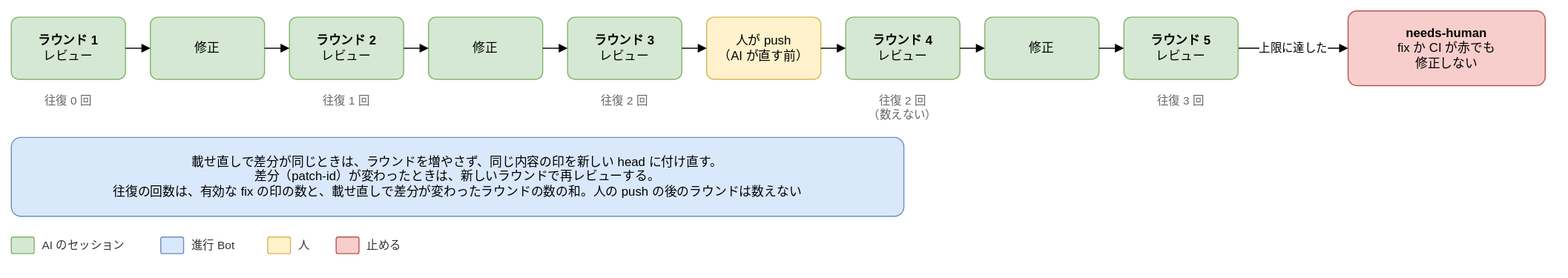
Above: docs/design/basic/diagrams/02-rounds.drawio.svg in Joymerrevent/dev-autopilot (draw.io), before the change. Source tidied: cells renumbered, new cells last; positions are measured from the earlier drawing's top-left corner, leaving out a move shared by most shapes.
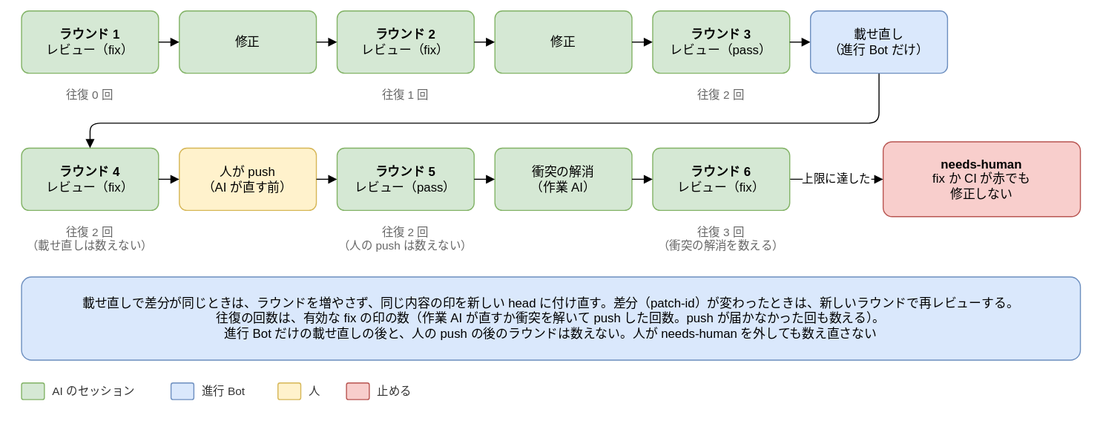
After the change.

The edit, as a diff of the source:
```diff
@@ -2,104 +2,124 @@
   <root>
     <mxCell id="0" />
     <mxCell id="1" parent="0" />
-    <mxCell id="2" value="&lt;b&gt;ラウンド 1&lt;/b&gt;&lt;br&gt;レビュー" style="rounded=1;whiteSpace=wrap;html=1;fontSize=12;arcSize=12;spacing=12;fillColor=#d5e8d4;strokeColor=#82b366;" parent="1" vertex="1">
-      <mxGeometry y="6" width="110" height="60" as="geometry" />
+    <mxCell id="2" value="&lt;b&gt;ラウンド 1&lt;/b&gt;&lt;br&gt;レビュー（fix）" style="rounded=1;whiteSpace=wrap;html=1;fontSize=12;arcSize=12;spacing=12;fillColor=#d5e8d4;strokeColor=#82b366;" parent="1" vertex="1">
+      <mxGeometry y="6" width="132" height="60" as="geometry" />
     </mxCell>
     <mxCell id="3" value="往復 0 回" style="text;html=1;whiteSpace=wrap;align=left;verticalAlign=top;fontSize=11;fontColor=#666666;align=center;" parent="1" vertex="1">
-      <mxGeometry y="74" width="110" height="20" as="geometry" />
+      <mxGeometry x="-10" y="74" width="152" height="20" as="geometry" />
     </mxCell>
     <mxCell id="4" value="修正" style="rounded=1;whiteSpace=wrap;html=1;fontSize=12;arcSize=12;spacing=12;fillColor=#d5e8d4;strokeColor=#82b366;" parent="1" vertex="1">
-      <mxGeometry x="134" y="6" width="110" height="60" as="geometry" />
+      <mxGeometry x="152" y="6" width="132" height="60" as="geometry" />
     </mxCell>
     <mxCell id="5" style="edgeStyle=orthogonalEdgeStyle;rounded=1;html=1;endArrow=block;endFill=1;fontSize=11;labelBackgroundColor=#ffffff;exitX=1;exitY=0.5;exitDx=0;exitDy=0;entryX=0;entryY=0.5;entryDx=0;entryDy=0;" parent="1" edge="1" source="2" target="4">
       <mxGeometry relative="1" as="geometry" />
     </mxCell>
-    <mxCell id="6" value="&lt;b&gt;ラウンド 2&lt;/b&gt;&lt;br&gt;レビュー" style="rounded=1;whiteSpace=wrap;html=1;fontSize=12;arcSize=12;spacing=12;fillColor=#d5e8d4;strokeColor=#82b366;" parent="1" vertex="1">
-      <mxGeometry x="268" y="6" width="110" height="60" as="geometry" />
+    <mxCell id="6" value="&lt;b&gt;ラウンド 2&lt;/b&gt;&lt;br&gt;レビュー（fix）" style="rounded=1;whiteSpace=wrap;html=1;fontSize=12;arcSize=12;spacing=12;fillColor=#d5e8d4;strokeColor=#82b366;" parent="1" vertex="1">
+      <mxGeometry x="304" y="6" width="132" height="60" as="geometry" />
     </mxCell>
     <mxCell id="7" style="edgeStyle=orthogonalEdgeStyle;rounded=1;html=1;endArrow=block;endFill=1;fontSize=11;labelBackgroundColor=#ffffff;exitX=1;exitY=0.5;exitDx=0;exitDy=0;entryX=0;entryY=0.5;entryDx=0;entryDy=0;" parent="1" edge="1" source="4" target="6">
       <mxGeometry relative="1" as="geometry" />
     </mxCell>
     <mxCell id="8" value="往復 1 回" style="text;html=1;whiteSpace=wrap;align=left;verticalAlign=top;fontSize=11;fontColor=#666666;align=center;" parent="1" vertex="1">
-      <mxGeometry x="268" y="74" width="110" height="20" as="geometry" />
+      <mxGeometry x="294" y="74" width="152" height="20" as="geometry" />
     </mxCell>
     <mxCell id="9" value="修正" style="rounded=1;whiteSpace=wrap;html=1;fontSize=12;arcSize=12;spacing=12;fillColor=#d5e8d4;strokeColor=#82b366;" parent="1" vertex="1">
-      <mxGeometry x="402" y="6" width="110" height="60" as="geometry" />
+      <mxGeometry x="456" y="6" width="132" height="60" as="geometry" />
     </mxCell>
     <mxCell id="10" style="edgeStyle=orthogonalEdgeStyle;rounded=1;html=1;endArrow=block;endFill=1;fontSize=11;labelBackgroundColor=#ffffff;exitX=1;exitY=0.5;exitDx=0;exitDy=0;entryX=0;entryY=0.5;entryDx=0;entryDy=0;" parent="1" edge="1" source="6" target="9">
       <mxGeometry relative="1" as="geometry" />
     </mxCell>
-    <mxCell id="11" value="&lt;b&gt;ラウンド 3&lt;/b&gt;&lt;br&gt;レビュー" style="rounded=1;whiteSpace=wrap;html=1;fontSize=12;arcSize=12;spacing=12;fillColor=#d5e8d4;strokeColor=#82b366;" parent="1" vertex="1">
-      <mxGeometry x="536" y="6" width="110" height="60" as="geometry" />
+    <mxCell id="11" value="&lt;b&gt;ラウンド 3&lt;/b&gt;&lt;br&gt;レビュー（pass）" style="rounded=1;whiteSpace=wrap;html=1;fontSize=12;arcSize=12;spacing=12;fillColor=#d5e8d4;strokeColor=#82b366;" parent="1" vertex="1">
+      <mxGeometry x="608" y="6" width="132" height="60" as="geometry" />
     </mxCell>
     <mxCell id="12" style="edgeStyle=orthogonalEdgeStyle;rounded=1;html=1;endArrow=block;endFill=1;fontSize=11;labelBackgroundColor=#ffffff;exitX=1;exitY=0.5;exitDx=0;exitDy=0;entryX=0;entryY=0.5;entryDx=0;entryDy=0;" parent="1" edge="1" source="9" target="11">
       <mxGeometry relative="1" as="geometry" />
     </mxCell>
     <mxCell id="13" value="往復 2 回" style="text;html=1;whiteSpace=wrap;align=left;verticalAlign=top;fontSize=11;fontColor=#666666;align=center;" parent="1" vertex="1">
-      <mxGeometry x="536" y="74" width="110" height="20" as="geometry" />
+      <mxGeometry x="598" y="74" width="152" height="20" as="geometry" />
     </mxCell>
     <mxCell id="14" value="人が push&lt;br&gt;（AI が直す前）" style="rounded=1;whiteSpace=wrap;html=1;fontSize=12;arcSize=12;spacing=12;fillColor=#fff2cc;strokeColor=#d6b656;" parent="1" vertex="1">
-      <mxGeometry x="670" y="6" width="110" height="60" as="geometry" />
+      <mxGeometry x="152" y="138" width="132" height="60" as="geometry" />
     </mxCell>
-    <mxCell id="15" style="edgeStyle=orthogonalEdgeStyle;rounded=1;html=1;endArrow=block;endFill=1;fontSize=11;labelBackgroundColor=#ffffff;exitX=1;exitY=0.5;exitDx=0;exitDy=0;entryX=0;entryY=0.5;entryDx=0;entryDy=0;" parent="1" edge="1" source="11" target="14">
+    <mxCell id="15" style="edgeStyle=orthogonalEdgeStyle;rounded=1;html=1;endArrow=block;endFill=1;fontSize=11;labelBackgroundColor=#ffffff;exitX=1;exitY=0.5;exitDx=0;exitDy=0;entryX=0;entryY=0.5;entryDx=0;entryDy=0;" parent="1" edge="1" source="11" target="35">
       <mxGeometry relative="1" as="geometry" />
     </mxCell>
-    <mxCell id="16" value="&lt;b&gt;ラウンド 4&lt;/b&gt;&lt;br&gt;レビュー" style="rounded=1;whiteSpace=wrap;html=1;fontSize=12;arcSize=12;spacing=12;fillColor=#d5e8d4;strokeColor=#82b366;" parent="1" vertex="1">
-      <mxGeometry x="804" y="6" width="110" height="60" as="geometry" />
+    <mxCell id="16" value="&lt;b&gt;ラウンド 4&lt;/b&gt;&lt;br&gt;レビュー（fix）" style="rounded=1;whiteSpace=wrap;html=1;fontSize=12;arcSize=12;spacing=12;fillColor=#d5e8d4;strokeColor=#82b366;" parent="1" vertex="1">
+      <mxGeometry y="138" width="132" height="60" as="geometry" />
     </mxCell>
-    <mxCell id="17" style="edgeStyle=orthogonalEdgeStyle;rounded=1;html=1;endArrow=block;endFill=1;fontSize=11;labelBackgroundColor=#ffffff;exitX=1;exitY=0.5;exitDx=0;exitDy=0;entryX=0;entryY=0.5;entryDx=0;entryDy=0;" parent="1" edge="1" source="14" target="16">
-      <mxGeometry relative="1" as="geometry" />
+    <mxCell id="17" style="edgeStyle=orthogonalEdgeStyle;rounded=1;html=1;endArrow=block;endFill=1;fontSize=11;labelBackgroundColor=#ffffff;exitX=0.5;exitY=1;exitDx=0;exitDy=0;entryX=0.5;entryY=0;entryDx=0;entryDy=0;" parent="1" edge="1" source="35" target="16">
+      <mxGeometry relative="1" as="geometry">
+        <Array as="points">
+          <mxPoint x="826" y="114" />
+          <mxPoint x="66" y="114" />
+        </Array>
+      </mxGeometry>
     </mxCell>
-    <mxCell id="18" value="往復 2 回&lt;br&gt;（数えない）" style="text;html=1;whiteSpace=wrap;align=left;verticalAlign=top;fontSize=11;fontColor=#666666;align=center;" parent="1" vertex="1">
-      <mxGeometry x="804" y="74" width="110" height="34" as="geometry" />
+    <mxCell id="18" value="往復 2 回&lt;br&gt;（載せ直しは数えない）" style="text;html=1;whiteSpace=wrap;align=left;verticalAlign=top;fontSize=11;fontColor=#666666;align=center;" parent="1" vertex="1">
+      <mxGeometry x="-10" y="206" width="152" height="34" as="geometry" />
     </mxCell>
     <mxCell id="19" value="&lt;b&gt;needs-human&lt;/b&gt;&lt;br&gt;fix か CI が赤でも&lt;br&gt;修正しない" style="rounded=1;whiteSpace=wrap;html=1;fontSize=12;arcSize=12;spacing=12;fillColor=#f8cecc;strokeColor=#b85450;" parent="1" vertex="1">
-      <mxGeometry x="1288" width="190" height="72" as="geometry" />
+      <mxGeometry x="830" y="132" width="190" height="72" as="geometry" />
     </mxCell>
-    <mxCell id="20" value="上限に達した" style="edgeStyle=orthogonalEdgeStyle;rounded=1;html=1;endArrow=block;endFill=1;fontSize=11;labelBackgroundColor=#ffffff;exitX=1;exitY=0.5;exitDx=0;exitDy=0;entryX=0;entryY=0.5;entryDx=0;entryDy=0;" parent="1" edge="1" source="23" target="19">
+    <mxCell id="20" value="上限に達した" style="edgeStyle=orthogonalEdgeStyle;rounded=1;html=1;endArrow=block;endFill=1;fontSize=11;labelBackgroundColor=#ffffff;exitX=1;exitY=0.5;exitDx=0;exitDy=0;entryX=0;entryY=0.5;entryDx=0;entryDy=0;" parent="1" edge="1" source="36" target="19">
       <mxGeometry relative="1" as="geometry" />
     </mxCell>
-    <mxCell id="21" value="載せ直しで差分が同じときは、ラウンドを増やさず、同じ内容の印を新しい head に付け直す。&lt;br&gt;差分（patch-id）が変わったときは、新しいラウンドで再レビューする。&lt;br&gt;往復の回数は、有効な fix の印の数と、載せ直しで差分が変わったラウンドの数の和。人の push の後のラウンドは数えない" style="rounded=1;whiteSpace=wrap;html=1;fontSize=12;arcSize=12;spacing=12;fillColor=#dae8fc;strokeColor=#6c8ebf;" parent="1" vertex="1">
-      <mxGeometry y="122" width="860" height="76" as="geometry" />
+    <mxCell id="21" value="載せ直しで差分が同じときは、ラウンドを増やさず、同じ内容の印を新しい head に付け直す。差分（patch-id）が変わったときは、新しいラウンドで再レビューする。&lt;br&gt;往復の回数は、有効な fix の印の数（作業 AI が直すか衝突を解いて push した回数。push が届かなかった回も数える）。&lt;br&gt;進行 Bot だけの載せ直しの後と、人の push の後のラウンドは数えない。人が needs-human を外しても数え直さない" style="rounded=1;whiteSpace=wrap;html=1;fontSize=12;arcSize=12;spacing=12;fillColor=#dae8fc;strokeColor=#6c8ebf;" parent="1" vertex="1">
+      <mxGeometry y="262" width="1020" height="80" as="geometry" />
     </mxCell>
-    <mxCell id="22" value="修正" style="rounded=1;whiteSpace=wrap;html=1;fontSize=12;arcSize=12;spacing=12;fillColor=#d5e8d4;strokeColor=#82b366;" parent="1" vertex="1">
-      <mxGeometry x="938" y="6" width="110" height="60" as="geometry" />
+    <mxCell id="22" value="衝突の解消&lt;br&gt;（作業 AI）" style="rounded=1;whiteSpace=wrap;html=1;fontSize=12;arcSize=12;spacing=12;fillColor=#d5e8d4;strokeColor=#82b366;" parent="1" vertex="1">
+      <mxGeometry x="456" y="138" width="132" height="60" as="geometry" />
     </mxCell>
-    <mxCell id="23" value="&lt;b&gt;ラウンド 5&lt;/b&gt;&lt;br&gt;レビュー" style="rounded=1;whiteSpace=wrap;html=1;fontSize=12;arcSize=12;spacing=12;fillColor=#d5e8d4;strokeColor=#82b366;" parent="1" vertex="1">
-      <mxGeometry x="1072" y="6" width="110" height="60" as="geometry" />
+    <mxCell id="23" value="&lt;b&gt;ラウンド 5&lt;/b&gt;&lt;br&gt;レビュー（pass）" style="rounded=1;whiteSpace=wrap;html=1;fontSize=12;arcSize=12;spacing=12;fillColor=#d5e8d4;strokeColor=#82b366;" parent="1" vertex="1">
+      <mxGeometry x="304" y="138" width="132" height="60" as="geometry" />
     </mxCell>
-    <mxCell id="24" value="往復 3 回" style="text;html=1;whiteSpace=wrap;align=left;verticalAlign=top;fontSize=11;fontColor=#666666;align=center;" parent="1" vertex="1">
-      <mxGeometry x="1072" y="74" width="110" height="20" as="geometry" />
+    <mxCell id="24" value="往復 2 回&lt;br&gt;（人の push は数えない）" style="text;html=1;whiteSpace=wrap;align=left;verticalAlign=top;fontSize=11;fontColor=#666666;align=center;" parent="1" vertex="1">
+      <mxGeometry x="294" y="206" width="152" height="34" as="geometry" />
     </mxCell>
-    <mxCell id="25" style="edgeStyle=orthogonalEdgeStyle;rounded=1;html=1;endArrow=block;endFill=1;fontSize=11;labelBackgroundColor=#ffffff;exitX=1;exitY=0.5;exitDx=0;exitDy=0;entryX=0;entryY=0.5;entryDx=0;entryDy=0;" parent="1" edge="1" source="16" target="22">
+    <mxCell id="25" style="edgeStyle=orthogonalEdgeStyle;rounded=1;html=1;endArrow=block;endFill=1;fontSize=11;labelBackgroundColor=#ffffff;exitX=1;exitY=0.5;exitDx=0;exitDy=0;entryX=0;entryY=0.5;entryDx=0;entryDy=0;" parent="1" edge="1" source="16" target="14">
       <mxGeometry relative="1" as="geometry" />
     </mxCell>
-    <mxCell id="26" style="edgeStyle=orthogonalEdgeStyle;rounded=1;html=1;endArrow=block;endFill=1;fontSize=11;labelBackgroundColor=#ffffff;exitX=1;exitY=0.5;exitDx=0;exitDy=0;entryX=0;entryY=0.5;entryDx=0;entryDy=0;" parent="1" edge="1" source="22" target="23">
+    <mxCell id="26" style="edgeStyle=orthogonalEdgeStyle;rounded=1;html=1;endArrow=block;endFill=1;fontSize=11;labelBackgroundColor=#ffffff;exitX=1;exitY=0.5;exitDx=0;exitDy=0;entryX=0;entryY=0.5;entryDx=0;entryDy=0;" parent="1" edge="1" source="14" target="23">
       <mxGeometry relative="1" as="geometry" />
     </mxCell>
     <mxCell id="27" style="rounded=1;whiteSpace=wrap;html=1;fontSize=12;arcSize=12;spacing=12;fillColor=#d5e8d4;strokeColor=#82b366;" parent="1" vertex="1">
-      <mxGeometry y="218" width="22" height="16" as="geometry" />
+      <mxGeometry y="364" width="22" height="16" as="geometry" />
     </mxCell>
     <mxCell id="28" value="AI のセッション" style="text;html=1;align=left;verticalAlign=middle;fontSize=11;fontColor=#333333;" parent="1" vertex="1">
-      <mxGeometry x="28" y="216" width="100" height="20" as="geometry" />
+      <mxGeometry x="28" y="362" width="100" height="20" as="geometry" />
     </mxCell>
     <mxCell id="29" style="rounded=1;whiteSpace=wrap;html=1;fontSize=12;arcSize=12;spacing=12;fillColor=#dae8fc;strokeColor=#6c8ebf;" parent="1" vertex="1">
-      <mxGeometry x="144" y="218" width="22" height="16" as="geometry" />
+      <mxGeometry x="144" y="364" width="22" height="16" as="geometry" />
     </mxCell>
     <mxCell id="30" value="進行 Bot" style="text;html=1;align=left;verticalAlign=middle;fontSize=11;fontColor=#333333;" parent="1" vertex="1">
-      <mxGeometry x="172" y="216" width="59" height="20" as="geometry" />
+      <mxGeometry x="172" y="362" width="59" height="20" as="geometry" />
     </mxCell>
     <mxCell id="31" style="rounded=1;whiteSpace=wrap;html=1;fontSize=12;arcSize=12;spacing=12;fillColor=#fff2cc;strokeColor=#d6b656;" parent="1" vertex="1">
-      <mxGeometry x="247" y="218" width="22" height="16" as="geometry" />
+      <mxGeometry x="247" y="364" width="22" height="16" as="geometry" />
     </mxCell>
     <mxCell id="32" value="人" style="text;html=1;align=left;verticalAlign=middle;fontSize=11;fontColor=#333333;" parent="1" vertex="1">
-      <mxGeometry x="275" y="216" width="22" height="20" as="geometry" />
+      <mxGeometry x="275" y="362" width="22" height="20" as="geometry" />
     </mxCell>
     <mxCell id="33" style="rounded=1;whiteSpace=wrap;html=1;fontSize=12;arcSize=12;spacing=12;fillColor=#f8cecc;strokeColor=#b85450;" parent="1" vertex="1">
-      <mxGeometry x="313" y="218" width="22" height="16" as="geometry" />
+      <mxGeometry x="313" y="364" width="22" height="16" as="geometry" />
     </mxCell>
     <mxCell id="34" value="止める" style="text;html=1;align=left;verticalAlign=middle;fontSize=11;fontColor=#333333;" parent="1" vertex="1">
-      <mxGeometry x="341" y="216" width="46" height="20" as="geometry" />
+      <mxGeometry x="341" y="362" width="46" height="20" as="geometry" />
     </mxCell>
+    <mxCell id="35" value="載せ直し&lt;br&gt;（進行 Bot だけ）" style="rounded=1;whiteSpace=wrap;html=1;fontSize=12;arcSize=12;spacing=12;fillColor=#dae8fc;strokeColor=#6c8ebf;" parent="1" vertex="1">
+      <mxGeometry x="760" y="6" width="132" height="60" as="geometry" />
+    </mxCell>
+    <mxCell id="36" value="&lt;b&gt;ラウンド 6&lt;/b&gt;&lt;br&gt;レビュー（fix）" style="rounded=1;whiteSpace=wrap;html=1;fontSize=12;arcSize=12;spacing=12;fillColor=#d5e8d4;strokeColor=#82b366;" parent="1" vertex="1">
+      <mxGeometry x="608" y="138" width="132" height="60" as="geometry" />
+    </mxCell>
+    <mxCell id="37" style="edgeStyle=orthogonalEdgeStyle;rounded=1;html=1;endArrow=block;endFill=1;fontSize=11;labelBackgroundColor=#ffffff;exitX=1;exitY=0.5;exitDx=0;exitDy=0;entryX=0;entryY=0.5;entryDx=0;entryDy=0;" parent="1" edge="1" source="23" target="22">
+      <mxGeometry relative="1" as="geometry" />
+    </mxCell>
+    <mxCell id="38" style="edgeStyle=orthogonalEdgeStyle;rounded=1;html=1;endArrow=block;endFill=1;fontSize=11;labelBackgroundColor=#ffffff;exitX=1;exitY=0.5;exitDx=0;exitDy=0;entryX=0;entryY=0.5;entryDx=0;entryDy=0;" parent="1" edge="1" source="22" target="36">
+      <mxGeometry relative="1" as="geometry" />
+    </mxCell>
+    <mxCell id="39" value="往復 3 回&lt;br&gt;（衝突の解消を数える）" style="text;html=1;whiteSpace=wrap;align=left;verticalAlign=top;fontSize=11;fontColor=#666666;align=center;" parent="1" vertex="1">
+      <mxGeometry x="598" y="206" width="152" height="34" as="geometry" />
+    </mxCell>
   </root>
 </mxGraphModel>
```
